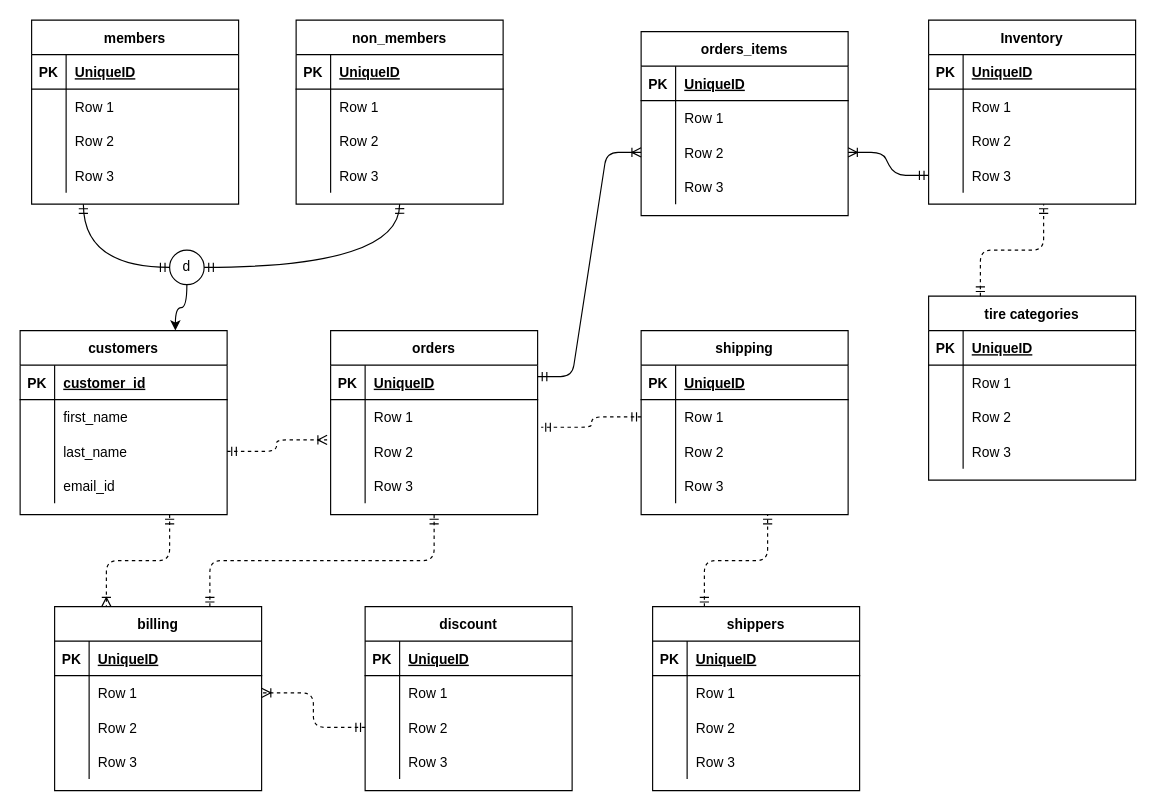
deepen1987/DATABASE-DESIGN-AND-IMPLEMENTATION-FOR-BUSINESS keeps this draw.io diagram as Class/project/LogicalERD.drawio. Above is the earlier version. Source tidied: cells renumbered, new cells numbered last; positions are measured from the earlier drawing's top-left corner, leaving out a move shared by most shapes. Both pictures are drawn from the tidied source at 115%, with x=0, y=0 at pixel (20, 20).
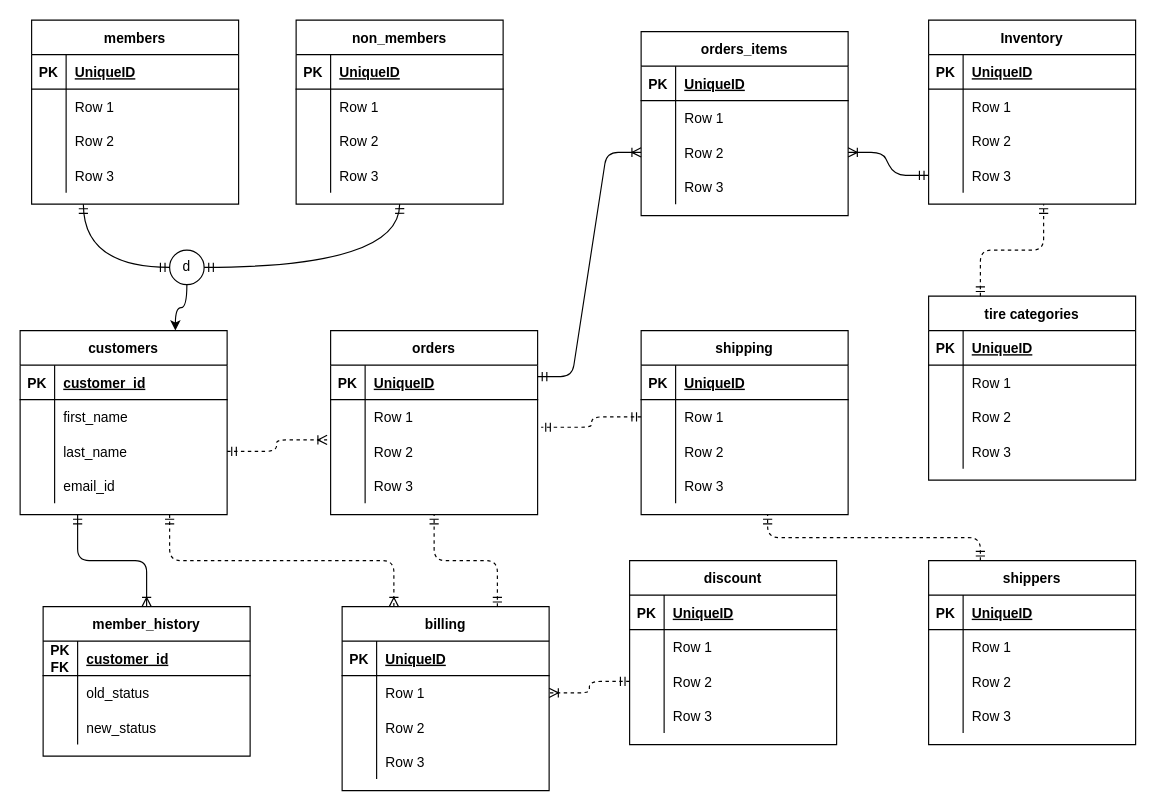
The same page after the edit.

The edit, as a diff of the source:
```diff
@@
     <mxCell id="93" value="discount" style="shape=table;startSize=30;childLayout=tableLayout;rowLines=0;fontStyle=1;align=center;" parent="1" vertex="1">
-      <mxGeometry x="300" y="510" width="180" height="160" as="geometry" />
+      <mxGeometry x="530" y="470" width="180" height="160" as="geometry" />
     </mxCell>
@@
     <mxCell id="106" value="billing" style="shape=table;startSize=30;childLayout=tableLayout;rowLines=0;fontStyle=1;align=center;" parent="1" vertex="1">
-      <mxGeometry x="30" y="510" width="180" height="160" as="geometry" />
+      <mxGeometry x="280" y="510" width="180" height="160" as="geometry" />
     </mxCell>
@@
     <mxCell id="132" value="shippers" style="shape=table;startSize=30;childLayout=tableLayout;rowLines=0;fontStyle=1;align=center;" parent="1" vertex="1">
-      <mxGeometry x="550" y="510" width="180" height="160" as="geometry" />
+      <mxGeometry x="790" y="470" width="180" height="160" as="geometry" />
     </mxCell>
@@
+    <mxCell id="158" value="member_history" style="shape=table;startSize=30;childLayout=tableLayout;rowLines=0;fontStyle=1;align=center;" parent="1" vertex="1">
+      <mxGeometry x="20" y="510" width="180" height="130" as="geometry" />
+    </mxCell>
+    <mxCell id="159" style="shape=partialRectangle;fillColor=none;top=0;left=0;bottom=1;right=0;" parent="158" vertex="1">
+      <mxGeometry y="30" width="180" height="30" as="geometry" />
+    </mxCell>
+    <mxCell id="160" value="PK&#10;FK" style="shape=partialRectangle;fillColor=none;top=0;left=0;bottom=0;right=0;fontStyle=1;overflow=hidden;" parent="159" vertex="1">
+      <mxGeometry width="30" height="30" as="geometry" />
+    </mxCell>
+    <mxCell id="161" value="customer_id" style="shape=partialRectangle;fillColor=none;top=0;left=0;bottom=0;right=0;align=left;spacingLeft=6;fontStyle=5;overflow=hidden;" parent="159" vertex="1">
+      <mxGeometry x="30" width="150" height="30" as="geometry" />
+    </mxCell>
+    <mxCell id="162" style="shape=partialRectangle;fillColor=none;top=0;left=0;bottom=0;right=0;" parent="158" vertex="1">
+      <mxGeometry y="60" width="180" height="30" as="geometry" />
+    </mxCell>
+    <mxCell id="163" style="shape=partialRectangle;fillColor=none;top=0;left=0;bottom=0;right=0;overflow=hidden;" parent="162" vertex="1">
+      <mxGeometry width="30" height="30" as="geometry" />
+    </mxCell>
+    <mxCell id="164" value="old_status" style="shape=partialRectangle;fillColor=none;top=0;left=0;bottom=0;right=0;align=left;spacingLeft=6;overflow=hidden;" parent="162" vertex="1">
+      <mxGeometry x="30" width="150" height="30" as="geometry" />
+    </mxCell>
+    <mxCell id="165" style="shape=partialRectangle;fillColor=none;top=0;left=0;bottom=0;right=0;" parent="158" vertex="1">
+      <mxGeometry y="90" width="180" height="30" as="geometry" />
+    </mxCell>
+    <mxCell id="166" style="shape=partialRectangle;fillColor=none;top=0;left=0;bottom=0;right=0;overflow=hidden;" parent="165" vertex="1">
+      <mxGeometry width="30" height="30" as="geometry" />
+    </mxCell>
+    <mxCell id="167" value="new_status" style="shape=partialRectangle;fillColor=none;top=0;left=0;bottom=0;right=0;align=left;spacingLeft=6;overflow=hidden;" parent="165" vertex="1">
+      <mxGeometry x="30" width="150" height="30" as="geometry" />
+    </mxCell>
+    <mxCell id="168" style="edgeStyle=elbowEdgeStyle;fontSize=12;html=1;endArrow=ERoneToMany;startArrow=ERmandOne;entryX=0.5;entryY=0;entryDx=0;entryDy=0;elbow=vertical;" parent="1" edge="1" target="158">
+      <mxGeometry relative="1" as="geometry">
+        <mxPoint x="50" y="430" as="sourcePoint" />
+      </mxGeometry>
+    </mxCell>
```
